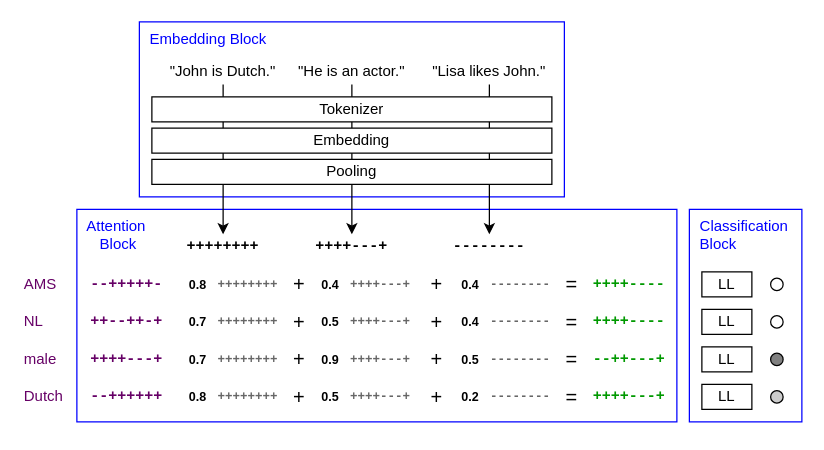
Before: src/4_approach/1_texter/2_attention_model/attention_architecture.drawio in TobiasUhmann/thesis-latex, a draw.io diagram. Source tidied: cells renumbered, new cells numbered last; positions are measured from the earlier drawing's top-left corner, leaving out a move shared by most shapes. Both pictures are drawn from the tidied source at 125%, with x=0, y=0 at pixel (21, 21).
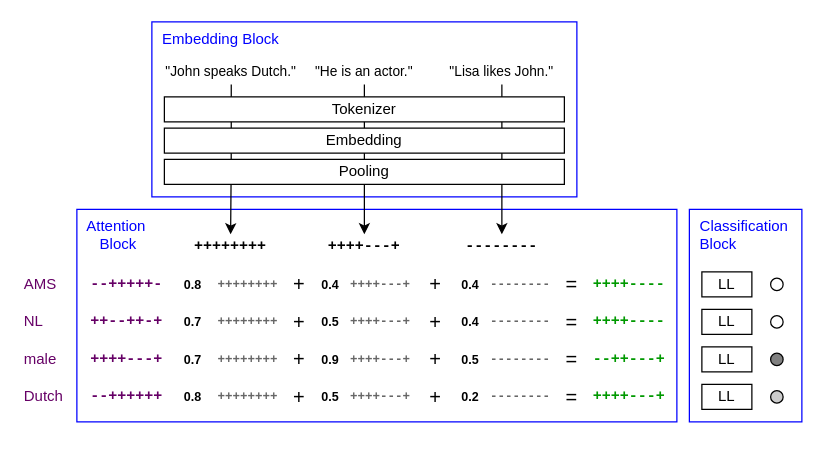
The same page after the edit.

Change to the diagram source:
```diff
@@
     <mxCell id="3" value="&lt;font color=&quot;#0000ff&quot;&gt;&amp;nbsp; Embedding Block&lt;/font&gt;" style="rounded=0;whiteSpace=wrap;html=1;verticalAlign=top;align=left;strokeColor=#0000FF;" parent="1" vertex="1">
-      <mxGeometry x="94" width="340" height="140" as="geometry" />
+      <mxGeometry x="104" width="340" height="140" as="geometry" />
     </mxCell>
@@
-    <mxCell id="5" value="&quot;John is Dutch.&quot;" style="text;html=1;strokeColor=none;fillColor=none;align=center;verticalAlign=middle;whiteSpace=wrap;rounded=0;" parent="1" vertex="1">
-      <mxGeometry x="111" y="30" width="100" height="20" as="geometry" />
+    <mxCell id="5" value="&lt;font style=&quot;font-size: 11px&quot;&gt;&quot;John speaks Dutch.&quot;&lt;/font&gt;" style="text;html=1;strokeColor=none;fillColor=none;align=center;verticalAlign=middle;whiteSpace=wrap;rounded=0;" parent="1" vertex="1">
+      <mxGeometry x="114" y="30" width="107" height="20" as="geometry" />
     </mxCell>
@@
-    <mxCell id="7" value="&quot;He is an actor.&quot;" style="text;html=1;strokeColor=none;fillColor=none;align=center;verticalAlign=middle;whiteSpace=wrap;rounded=0;" parent="1" vertex="1">
-      <mxGeometry x="214" y="30" width="100" height="20" as="geometry" />
+    <mxCell id="7" value="&lt;font style=&quot;font-size: 11px&quot;&gt;&quot;He is an actor.&quot;&lt;/font&gt;" style="text;html=1;strokeColor=none;fillColor=none;align=center;verticalAlign=middle;whiteSpace=wrap;rounded=0;" parent="1" vertex="1">
+      <mxGeometry x="224" y="30" width="100" height="20" as="geometry" />
     </mxCell>
@@
-    <mxCell id="9" value="&quot;Lisa likes John.&quot;" style="text;html=1;strokeColor=none;fillColor=none;align=center;verticalAlign=middle;whiteSpace=wrap;rounded=0;" parent="1" vertex="1">
-      <mxGeometry x="324" y="30" width="100" height="20" as="geometry" />
+    <mxCell id="9" value="&lt;font style=&quot;font-size: 11px&quot;&gt;&quot;Lisa likes John.&quot;&lt;/font&gt;" style="text;html=1;strokeColor=none;fillColor=none;align=center;verticalAlign=middle;whiteSpace=wrap;rounded=0;" parent="1" vertex="1">
+      <mxGeometry x="334" y="30" width="100" height="20" as="geometry" />
     </mxCell>
     <mxCell id="10" value="&lt;pre&gt;++++++++&lt;/pre&gt;" style="text;html=1;strokeColor=none;fillColor=none;align=center;verticalAlign=middle;whiteSpace=wrap;rounded=0;fontStyle=1;" parent="1" vertex="1">
-      <mxGeometry x="111" y="170" width="100" height="20" as="geometry" />
+      <mxGeometry x="117" y="170" width="100" height="20" as="geometry" />
     </mxCell>
     <mxCell id="11" value="&lt;pre&gt;++++---+&lt;/pre&gt;" style="text;html=1;strokeColor=none;fillColor=none;align=center;verticalAlign=middle;whiteSpace=wrap;rounded=0;fontStyle=1;" parent="1" vertex="1">
-      <mxGeometry x="214" y="170" width="100" height="20" as="geometry" />
+      <mxGeometry x="224" y="170" width="100" height="20" as="geometry" />
     </mxCell>
     <mxCell id="12" value="&lt;pre&gt;--------&lt;/pre&gt;" style="text;html=1;strokeColor=none;fillColor=none;align=center;verticalAlign=middle;whiteSpace=wrap;rounded=0;fontStyle=1;" parent="1" vertex="1">
-      <mxGeometry x="324" y="170" width="100" height="20" as="geometry" />
+      <mxGeometry x="334" y="170" width="100" height="20" as="geometry" />
     </mxCell>
     <mxCell id="13" value="Embedding" style="rounded=0;whiteSpace=wrap;html=1;" parent="1" vertex="1">
-      <mxGeometry x="104" y="85" width="320" height="20" as="geometry" />
+      <mxGeometry x="114" y="85" width="320" height="20" as="geometry" />
     </mxCell>
     <mxCell id="14" value="Tokenizer" style="rounded=0;whiteSpace=wrap;html=1;" parent="1" vertex="1">
-      <mxGeometry x="104" y="60" width="320" height="20" as="geometry" />
+      <mxGeometry x="114" y="60" width="320" height="20" as="geometry" />
     </mxCell>
     <mxCell id="15" value="Pooling" style="rounded=0;whiteSpace=wrap;html=1;" parent="1" vertex="1">
-      <mxGeometry x="104" y="110" width="320" height="20" as="geometry" />
+      <mxGeometry x="114" y="110" width="320" height="20" as="geometry" />
     </mxCell>
@@
     <mxCell id="24" value="&lt;p&gt;&lt;font style=&quot;font-size: 10px&quot;&gt;0.8&lt;/font&gt;&lt;/p&gt;" style="text;html=1;strokeColor=none;fillColor=none;align=center;verticalAlign=middle;whiteSpace=wrap;rounded=0;fontStyle=1;" parent="1" vertex="1">
-      <mxGeometry x="131" y="200" width="20" height="20" as="geometry" />
+      <mxGeometry x="127" y="200" width="20" height="20" as="geometry" />
     </mxCell>
     <mxCell id="25" value="&lt;p&gt;&lt;font style=&quot;font-size: 10px&quot;&gt;0.7&lt;/font&gt;&lt;/p&gt;" style="text;html=1;strokeColor=none;fillColor=none;align=center;verticalAlign=middle;whiteSpace=wrap;rounded=0;fontStyle=1;" parent="1" vertex="1">
-      <mxGeometry x="131" y="230" width="20" height="20" as="geometry" />
+      <mxGeometry x="127" y="230" width="20" height="20" as="geometry" />
     </mxCell>
     <mxCell id="26" value="&lt;p&gt;&lt;font style=&quot;font-size: 10px&quot;&gt;0.7&lt;/font&gt;&lt;/p&gt;" style="text;html=1;strokeColor=none;fillColor=none;align=center;verticalAlign=middle;whiteSpace=wrap;rounded=0;fontStyle=1;" parent="1" vertex="1">
-      <mxGeometry x="131" y="260" width="20" height="20" as="geometry" />
+      <mxGeometry x="127" y="260" width="20" height="20" as="geometry" />
     </mxCell>
     <mxCell id="27" value="&lt;p&gt;&lt;font style=&quot;font-size: 10px&quot;&gt;0.8&lt;/font&gt;&lt;/p&gt;" style="text;html=1;strokeColor=none;fillColor=none;align=center;verticalAlign=middle;whiteSpace=wrap;rounded=0;fontStyle=1;" parent="1" vertex="1">
-      <mxGeometry x="131" y="290" width="20" height="20" as="geometry" />
+      <mxGeometry x="127" y="290" width="20" height="20" as="geometry" />
     </mxCell>
@@
     <mxCell id="48" value="&lt;p style=&quot;font-size: 16px;&quot;&gt;&lt;font style=&quot;font-size: 16px;&quot;&gt;+&lt;/font&gt;&lt;/p&gt;" style="text;html=1;strokeColor=none;fillColor=none;align=center;verticalAlign=middle;whiteSpace=wrap;rounded=0;fontStyle=0;fontSize=16;" parent="1" vertex="1">
-      <mxGeometry x="322" y="290" width="20" height="20" as="geometry" />
+      <mxGeometry x="321" y="290" width="20" height="20" as="geometry" />
     </mxCell>
     <mxCell id="49" value="&lt;p style=&quot;font-size: 16px;&quot;&gt;&lt;font style=&quot;font-size: 16px;&quot;&gt;+&lt;/font&gt;&lt;/p&gt;" style="text;html=1;strokeColor=none;fillColor=none;align=center;verticalAlign=middle;whiteSpace=wrap;rounded=0;fontStyle=0;fontSize=16;" parent="1" vertex="1">
-      <mxGeometry x="322" y="260" width="20" height="20" as="geometry" />
+      <mxGeometry x="321" y="260" width="20" height="20" as="geometry" />
     </mxCell>
     <mxCell id="50" value="&lt;p style=&quot;font-size: 16px;&quot;&gt;&lt;font style=&quot;font-size: 16px;&quot;&gt;+&lt;/font&gt;&lt;/p&gt;" style="text;html=1;strokeColor=none;fillColor=none;align=center;verticalAlign=middle;whiteSpace=wrap;rounded=0;fontStyle=0;fontSize=16;" parent="1" vertex="1">
-      <mxGeometry x="322" y="230" width="20" height="20" as="geometry" />
+      <mxGeometry x="321" y="230" width="20" height="20" as="geometry" />
     </mxCell>
     <mxCell id="51" value="&lt;p style=&quot;font-size: 16px;&quot;&gt;&lt;font style=&quot;font-size: 16px;&quot;&gt;+&lt;/font&gt;&lt;/p&gt;" style="text;html=1;strokeColor=none;fillColor=none;align=center;verticalAlign=middle;whiteSpace=wrap;rounded=0;fontStyle=0;fontSize=16;" parent="1" vertex="1">
-      <mxGeometry x="322" y="200" width="20" height="20" as="geometry" />
+      <mxGeometry x="321" y="200" width="20" height="20" as="geometry" />
     </mxCell>
```
